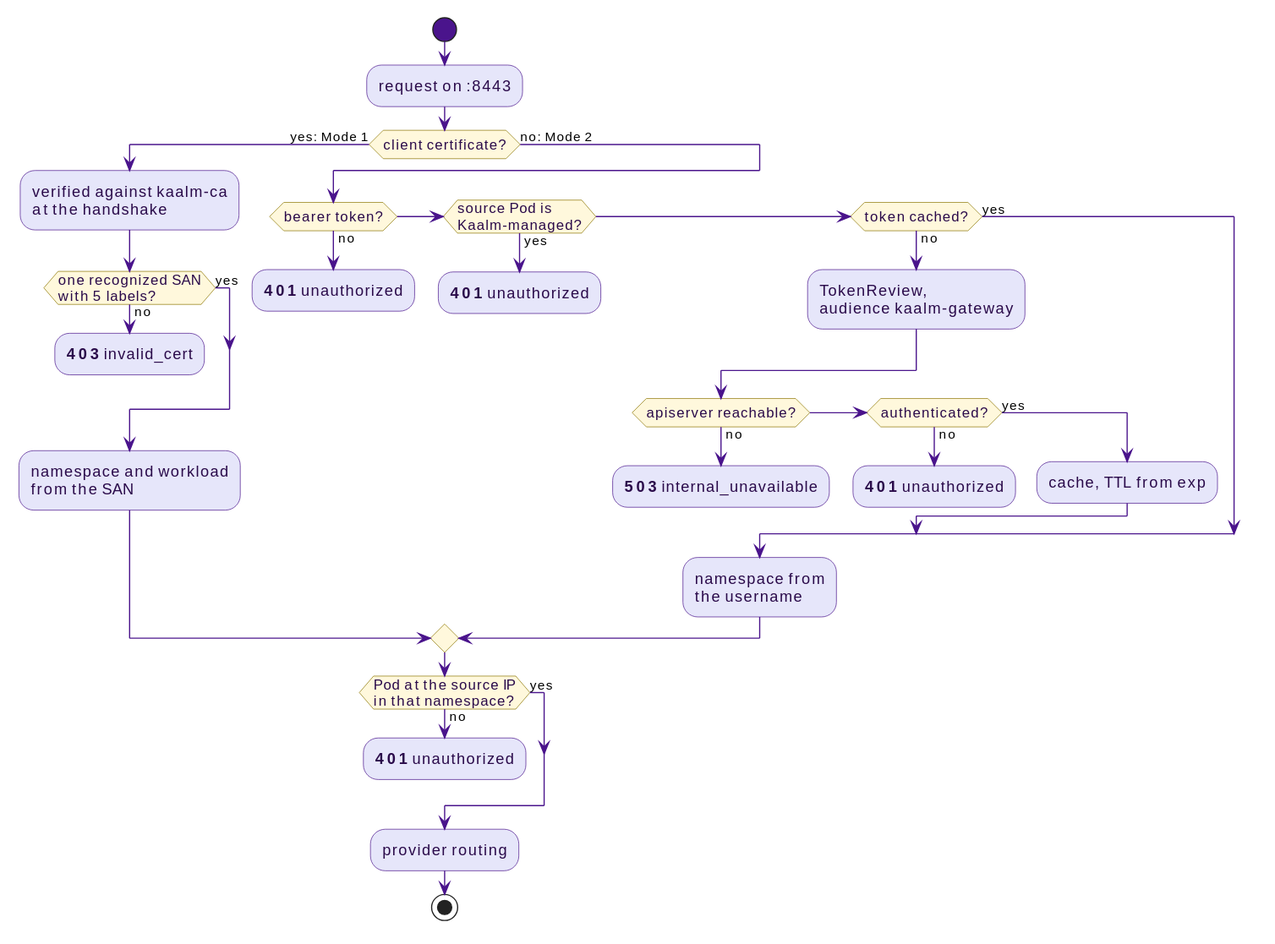
win07xp/kaalm keeps this PlantUML diagram as docs/src/diagrams/workload-auth-modes.svg. Above is the earlier version.
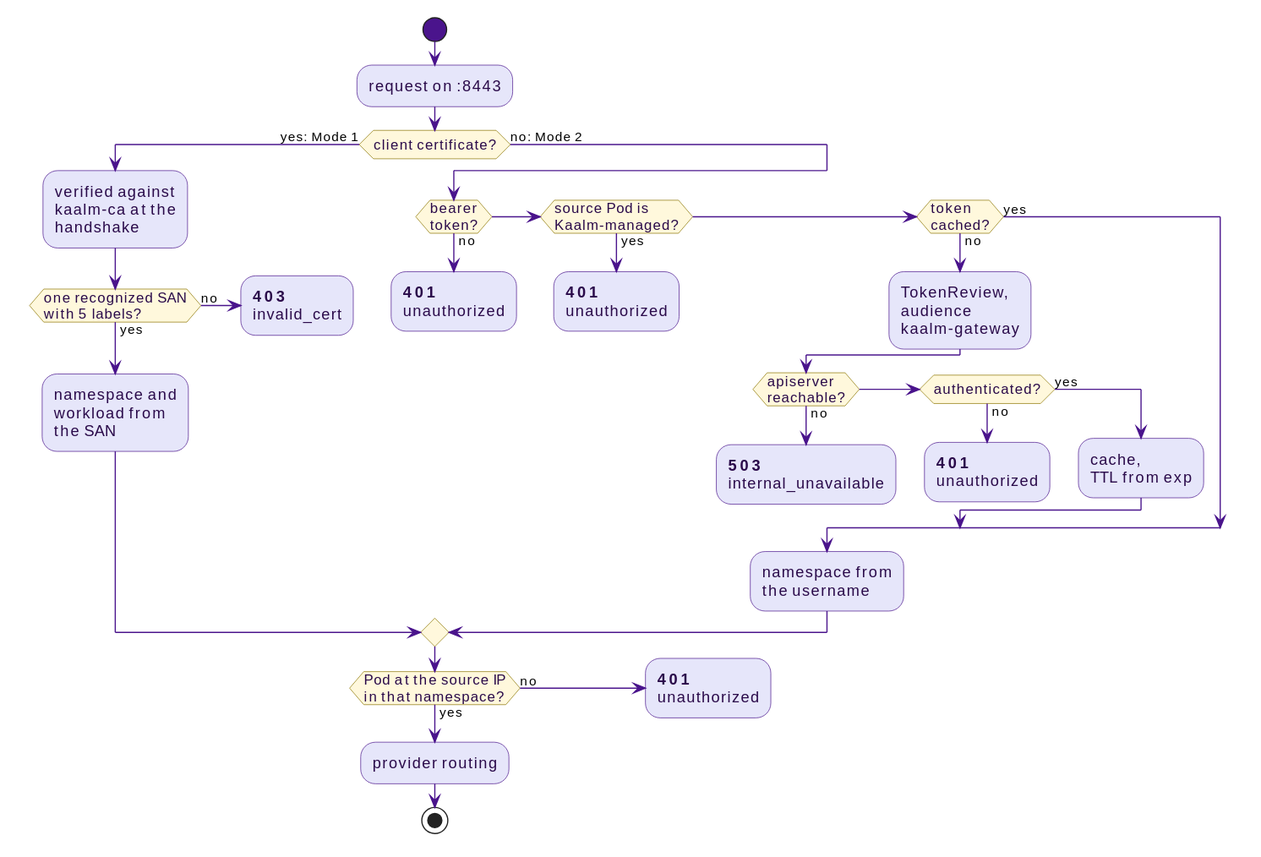
Above is the later version.

What changed in the source:
```diff
@@ -4,37 +4,37 @@
 start
 :request on :8443;
 if (client certificate?) then (yes: Mode 1)
-  :verified against kaalm-ca\nat the handshake;
+  :verified against\nkaalm-ca at the\nhandshake;
   if (one recognized SAN\nwith 5 labels?) then (no)
-    :**403** invalid_cert;
+    :**403**\ninvalid_cert;
     kill
   else (yes)
   endif
-  :namespace and workload\nfrom the SAN;
+  :namespace and\nworkload from\nthe SAN;
 else (no: Mode 2)
-  if (bearer token?) then (no)
-    :**401** unauthorized;
+  if (bearer\ntoken?) then (no)
+    :**401**\nunauthorized;
     kill
   elseif (source Pod is\nKaalm-managed?) then (yes)
-    :**401** unauthorized;
+    :**401**\nunauthorized;
     kill
-  elseif (token cached?) then (no)
-    :TokenReview,\naudience kaalm-gateway;
-    if (apiserver reachable?) then (no)
-      :**503** internal_unavailable;
+  elseif (token\ncached?) then (no)
+    :TokenReview,\naudience\nkaalm-gateway;
+    if (apiserver\nreachable?) then (no)
+      :**503**\ninternal_unavailable;
       kill
     elseif (authenticated?) then (no)
-      :**401** unauthorized;
+      :**401**\nunauthorized;
       kill
     else (yes)
-      :cache, TTL from exp;
+      :cache,\nTTL from exp;
     endif
   else (yes)
   endif
   :namespace from\nthe username;
 endif
 if (Pod at the source IP\nin that namespace?) then (no)
-  :**401** unauthorized;
+  :**401**\nunauthorized;
   kill
 else (yes)
 endif
```
